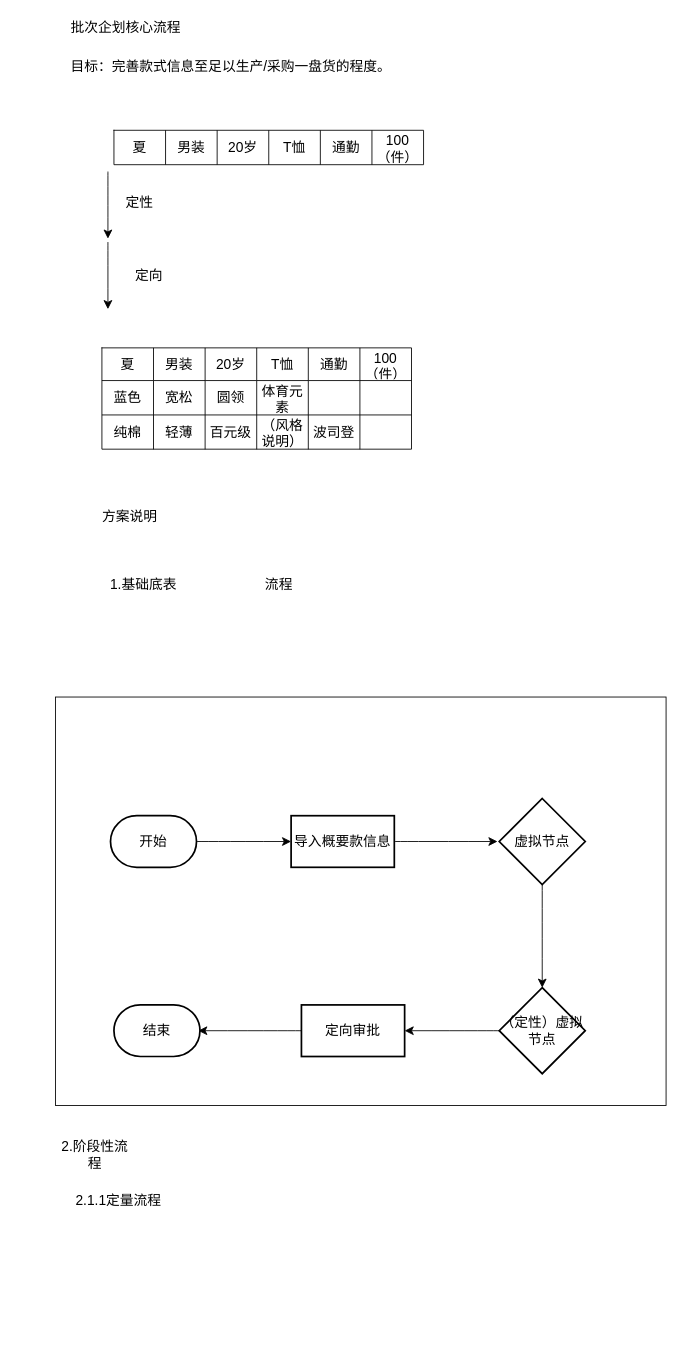
Above: PLM数据流.drawio in leonhard1Q84/leonhard1Q84.github.io (draw.io), before the change. Source tidied: cells renumbered, new cells numbered last; positions are measured from the earlier drawing's top-left corner, leaving out a move shared by most shapes. Both pictures are drawn from the tidied source at 86%, with x=0, y=0 at pixel (55, 15).
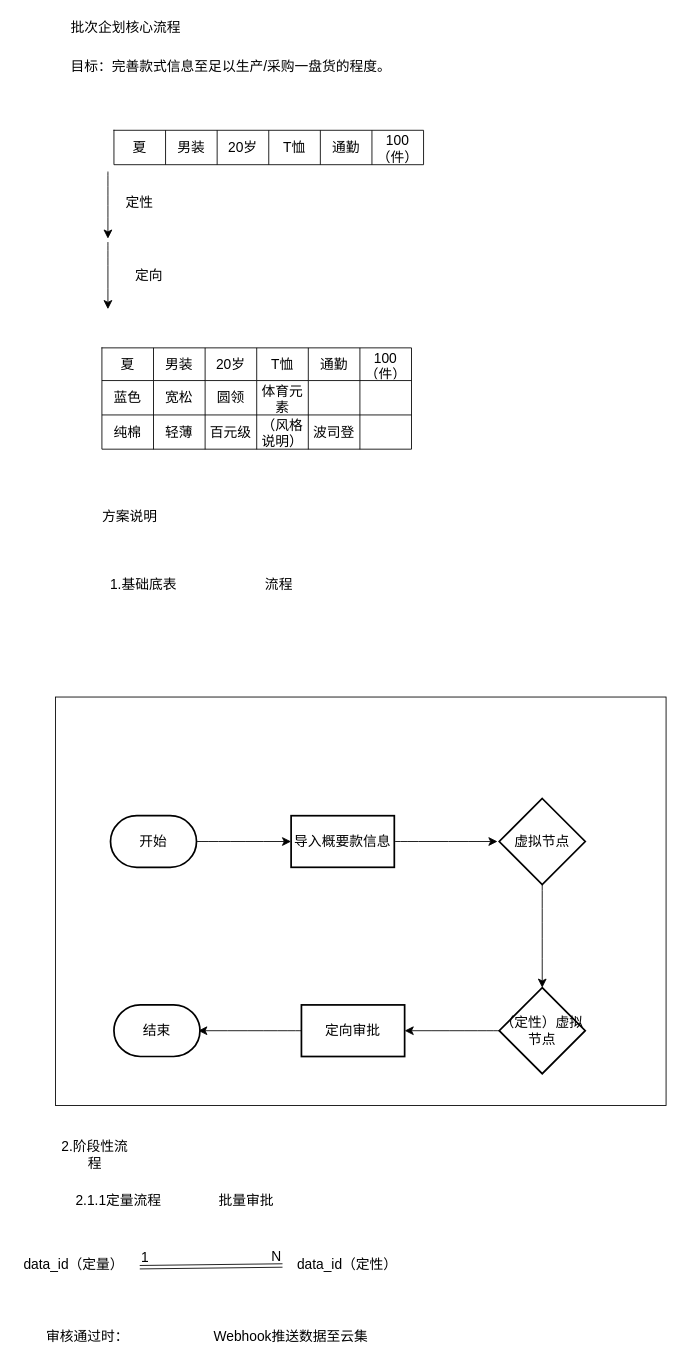
After the change.

Commit message (it also covers changes not shown here):
更新PLM数据流.drawio

What changed in the source:
```diff
@@
+    <mxCell id="55" value="批量审批" style="text;strokeColor=none;fillColor=none;html=1;align=center;verticalAlign=middle;whiteSpace=wrap;rounded=0;fontSize=16;" parent="1" vertex="1">
+      <mxGeometry x="173" y="1363" width="98" height="30" as="geometry" />
+    </mxCell>
+    <mxCell id="56" value="data_id（定量）" style="text;html=1;align=center;verticalAlign=middle;strokeColor=none;fillColor=none;fontSize=16;" parent="1" vertex="1">
+      <mxGeometry x="-47" y="1436" width="135" height="31" as="geometry" />
+    </mxCell>
+    <mxCell id="57" style="shape=link;html=1;rounded=0;fontSize=12;startSize=8;endSize=8;curved=1;" parent="1" edge="1">
+      <mxGeometry relative="1" as="geometry">
+        <mxPoint x="98" y="1456" as="sourcePoint" />
+        <mxPoint x="264" y="1454" as="targetPoint" />
+      </mxGeometry>
+    </mxCell>
+    <mxCell id="58" value="1" style="html=1;whiteSpace=wrap;align=left;verticalAlign=bottom;fontSize=16;" parent="57" vertex="1">
+      <mxGeometry x="-1" relative="1" as="geometry" />
+    </mxCell>
+    <mxCell id="59" value="N" style="html=1;whiteSpace=wrap;align=right;verticalAlign=bottom;fontSize=16;" parent="57" vertex="1">
+      <mxGeometry x="1" relative="1" as="geometry" />
+    </mxCell>
+    <mxCell id="60" value="data_id（定性）" style="text;html=1;align=center;verticalAlign=middle;strokeColor=none;fillColor=none;fontSize=16;" parent="1" vertex="1">
+      <mxGeometry x="271" y="1436" width="135" height="31" as="geometry" />
+    </mxCell>
+    <mxCell id="61" value="审核通过时：" style="text;html=1;align=center;verticalAlign=middle;strokeColor=none;fillColor=none;fontSize=16;" parent="1" vertex="1">
+      <mxGeometry x="-20" y="1520" width="114" height="31" as="geometry" />
+    </mxCell>
+    <mxCell id="62" value="Webhook推送数据至云集" style="text;strokeColor=none;fillColor=none;html=1;align=center;verticalAlign=middle;whiteSpace=wrap;rounded=0;fontSize=16;" parent="1" vertex="1">
+      <mxGeometry x="134" y="1520.5" width="280" height="30" as="geometry" />
+    </mxCell>
```
